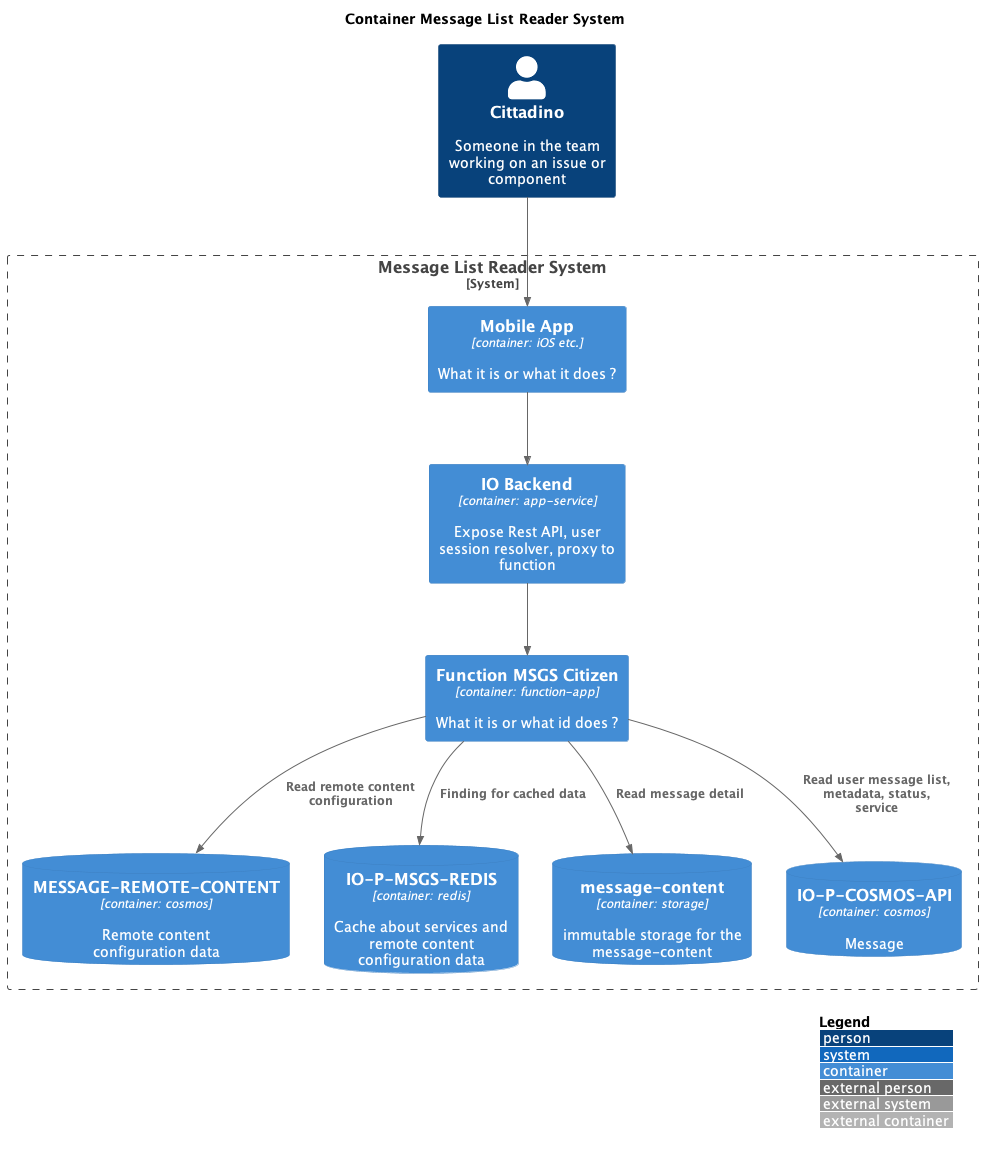
Before: docs/read-messages/message-list-reader.png, a diagram exported from PlantUML (pagopa/io-messages).
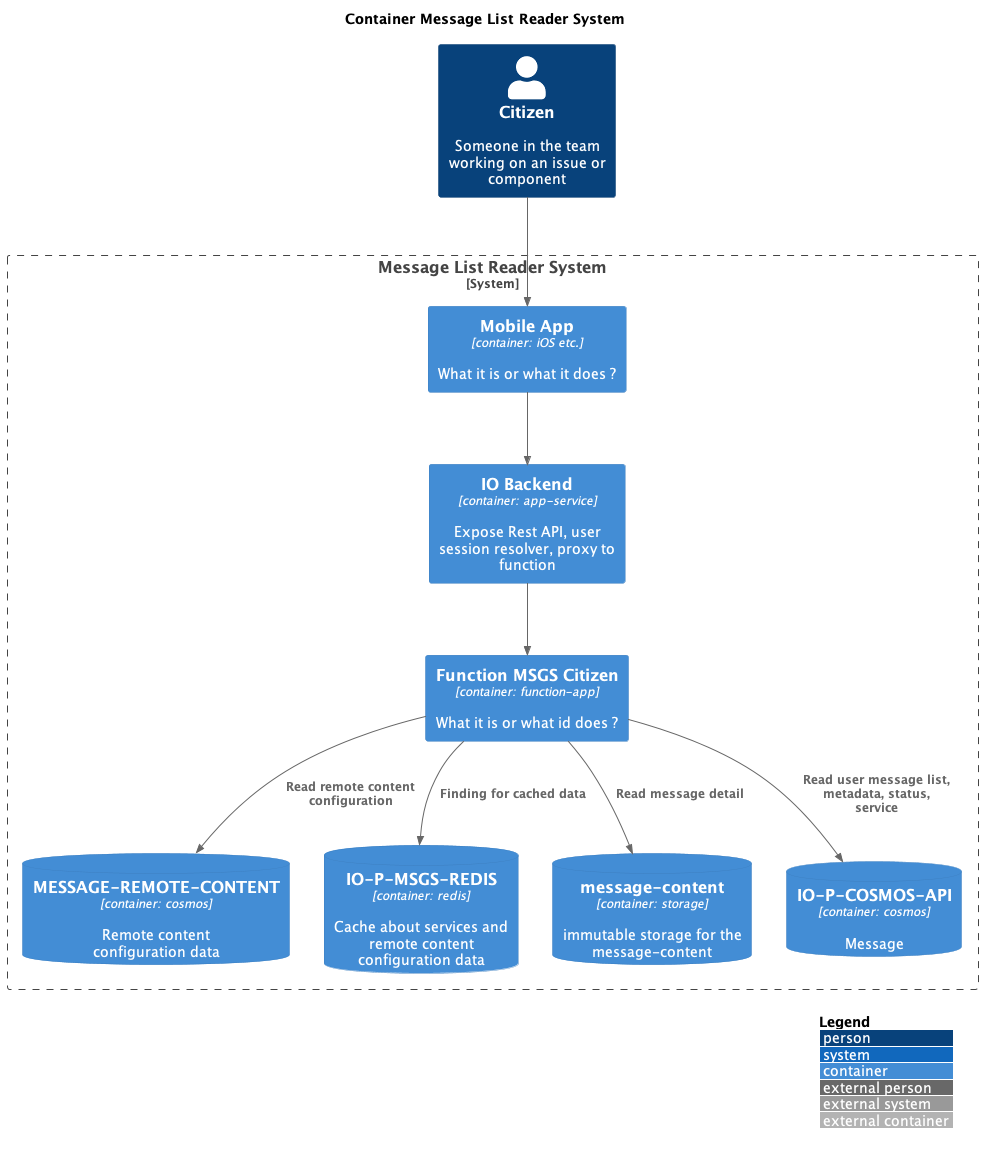
After the commit.

Diff of the diagram source:
```diff
@@ -7,7 +7,7 @@
 
 title Container Message List Reader System
 
-Person(customer, Cittadino, "Someone in the team working on an issue or component")
+Person(customer, Citizen, "Someone in the team working on an issue or component")
 
 System_Boundary(c1, "Message List Reader System") {
     Container(mobile_app, "Mobile App", "container: iOS etc.", "What it is or what it does ?")
```
